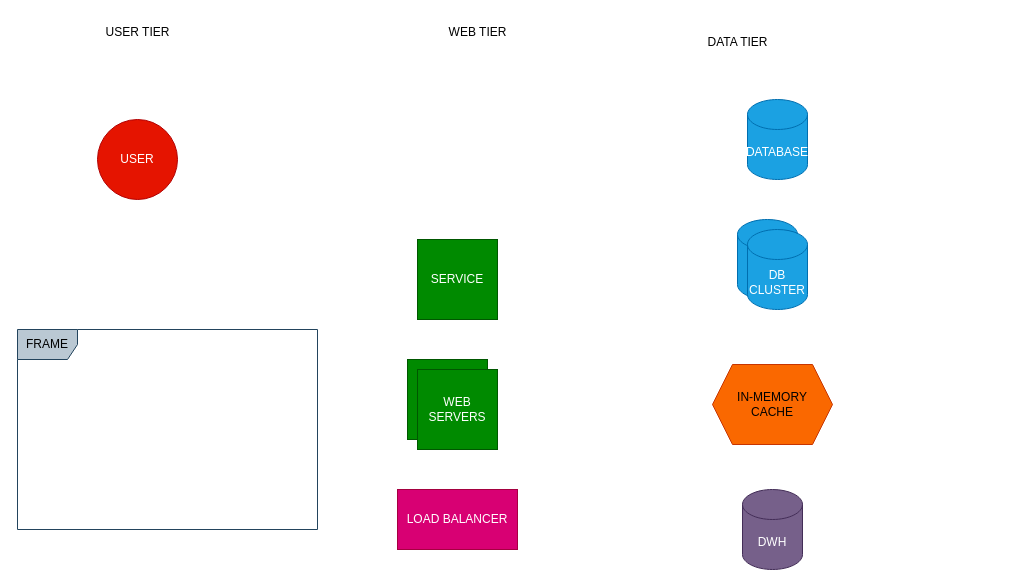
This is diagrams/Generic Symbols.drawio from mttchpmn/sysdesign, a draw.io file, before an edit. Source tidied: cells renumbered, new cells numbered last; positions are measured from the earlier drawing's top-left corner, leaving out a move shared by most shapes. Both pictures are drawn from the tidied source at 100%, with x=0, y=0 at pixel (17, 17).
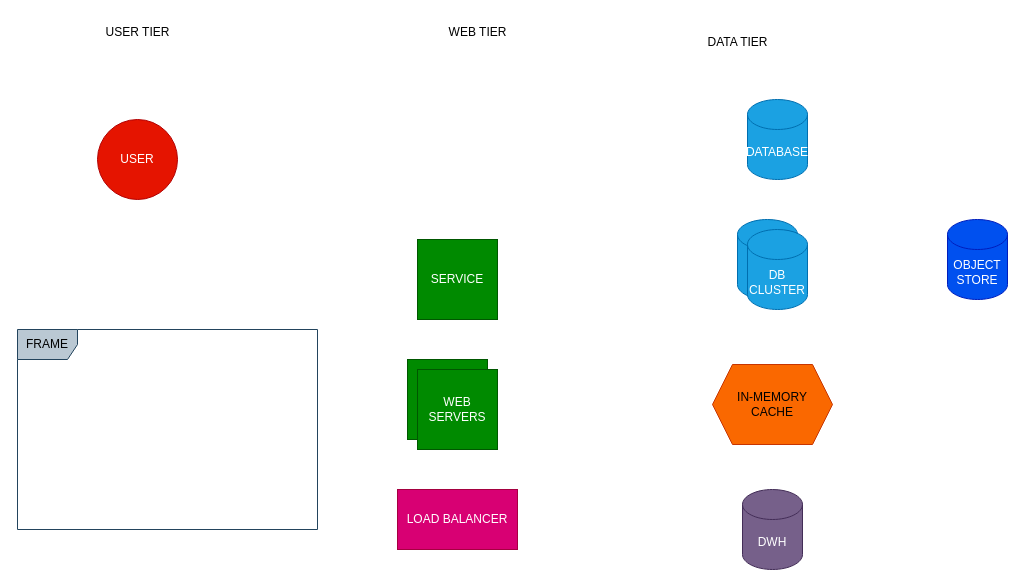
Above is the later version.

The edit, as a diff of the source:
```diff
@@
 <mxGraphModel>
   <root>
     <mxCell id="0" />
     <mxCell id="1" parent="0" />
     <mxCell id="2" value="USER" style="ellipse;whiteSpace=wrap;html=1;fillColor=#e51400;strokeColor=#B20000;fontColor=#ffffff;" parent="1" vertex="1">
       <mxGeometry x="80" y="102" width="80" height="80" as="geometry" />
     </mxCell>
     <mxCell id="3" value="SERVICE" style="whiteSpace=wrap;html=1;fillColor=#008a00;fontColor=#ffffff;strokeColor=#005700;" parent="1" vertex="1">
       <mxGeometry x="400" y="222" width="80" height="80" as="geometry" />
     </mxCell>
     <mxCell id="4" value="DATABASE" style="shape=cylinder3;whiteSpace=wrap;html=1;boundedLbl=1;backgroundOutline=1;size=15;fillColor=#1ba1e2;fontColor=#ffffff;strokeColor=#006EAF;" parent="1" vertex="1">
       <mxGeometry x="730" y="82" width="60" height="80" as="geometry" />
     </mxCell>
     <mxCell id="5" style="group;" parent="1" vertex="1">
       <mxGeometry x="720" y="202" width="70" height="90" as="geometry" />
     </mxCell>
     <mxCell id="6" style="shape=cylinder3;whiteSpace=wrap;html=1;boundedLbl=1;backgroundOutline=1;size=15;fillColor=#1ba1e2;fontColor=#ffffff;strokeColor=#006EAF;" parent="5" vertex="1">
       <mxGeometry width="60" height="80" as="geometry" />
     </mxCell>
     <mxCell id="7" value="DB CLUSTER" style="shape=cylinder3;whiteSpace=wrap;html=1;boundedLbl=1;backgroundOutline=1;size=15;fillColor=#1ba1e2;fontColor=#ffffff;strokeColor=#006EAF;" parent="5" vertex="1">
       <mxGeometry x="10" y="10" width="60" height="80" as="geometry" />
     </mxCell>
     <mxCell id="8" style="group;" parent="1" vertex="1">
       <mxGeometry x="390" y="342" width="90" height="90" as="geometry" />
     </mxCell>
     <mxCell id="9" style="whiteSpace=wrap;html=1;fillColor=#008a00;fontColor=#ffffff;strokeColor=#005700;" parent="8" vertex="1">
       <mxGeometry width="80" height="80" as="geometry" />
     </mxCell>
     <mxCell id="10" value="WEB SERVERS" style="whiteSpace=wrap;html=1;fillColor=#008a00;fontColor=#ffffff;strokeColor=#005700;" parent="8" vertex="1">
       <mxGeometry x="10" y="10" width="80" height="80" as="geometry" />
     </mxCell>
     <mxCell id="11" value="IN-MEMORY&lt;br&gt;CACHE" style="shape=hexagon;perimeter=hexagonPerimeter2;whiteSpace=wrap;html=1;fixedSize=1;fillColor=#fa6800;fontColor=#000000;strokeColor=#C73500;" parent="1" vertex="1">
       <mxGeometry x="695" y="347" width="120" height="80" as="geometry" />
     </mxCell>
     <mxCell id="12" value="LOAD BALANCER" style="rounded=0;whiteSpace=wrap;html=1;fillColor=#d80073;fontColor=#ffffff;strokeColor=#A50040;" parent="1" vertex="1">
       <mxGeometry x="380" y="472" width="120" height="60" as="geometry" />
     </mxCell>
     <mxCell id="13" value="USER TIER" style="text;html=1;align=center;verticalAlign=middle;strokeColor=none;fillColor=none;" parent="1" vertex="1">
       <mxGeometry x="75" width="90" height="30" as="geometry" />
     </mxCell>
     <mxCell id="14" value="WEB TIER" style="text;html=1;align=center;verticalAlign=middle;strokeColor=none;fillColor=none;" parent="1" vertex="1">
       <mxGeometry x="420" width="80" height="30" as="geometry" />
     </mxCell>
     <mxCell id="15" value="DATA TIER" style="text;html=1;align=center;verticalAlign=middle;strokeColor=none;fillColor=none;" parent="1" vertex="1">
       <mxGeometry x="680" y="10" width="80" height="30" as="geometry" />
     </mxCell>
     <mxCell id="16" value="DWH" style="shape=cylinder3;whiteSpace=wrap;html=1;boundedLbl=1;backgroundOutline=1;size=15;fillColor=#76608a;fontColor=#ffffff;strokeColor=#432D57;" parent="1" vertex="1">
       <mxGeometry x="725" y="472" width="60" height="80" as="geometry" />
     </mxCell>
     <mxCell id="17" value="FRAME" style="shape=umlFrame;whiteSpace=wrap;html=1;fillColor=#bac8d3;strokeColor=#23445d;" parent="1" vertex="1">
       <mxGeometry y="312" width="300" height="200" as="geometry" />
     </mxCell>
+    <mxCell id="18" value="OBJECT STORE" style="shape=cylinder3;whiteSpace=wrap;html=1;boundedLbl=1;backgroundOutline=1;size=15;fillColor=#0050ef;fontColor=#ffffff;strokeColor=#001DBC;" parent="1" vertex="1">
+      <mxGeometry x="930" y="202" width="60" height="80" as="geometry" />
+    </mxCell>
   </root>
 </mxGraphModel>
```
